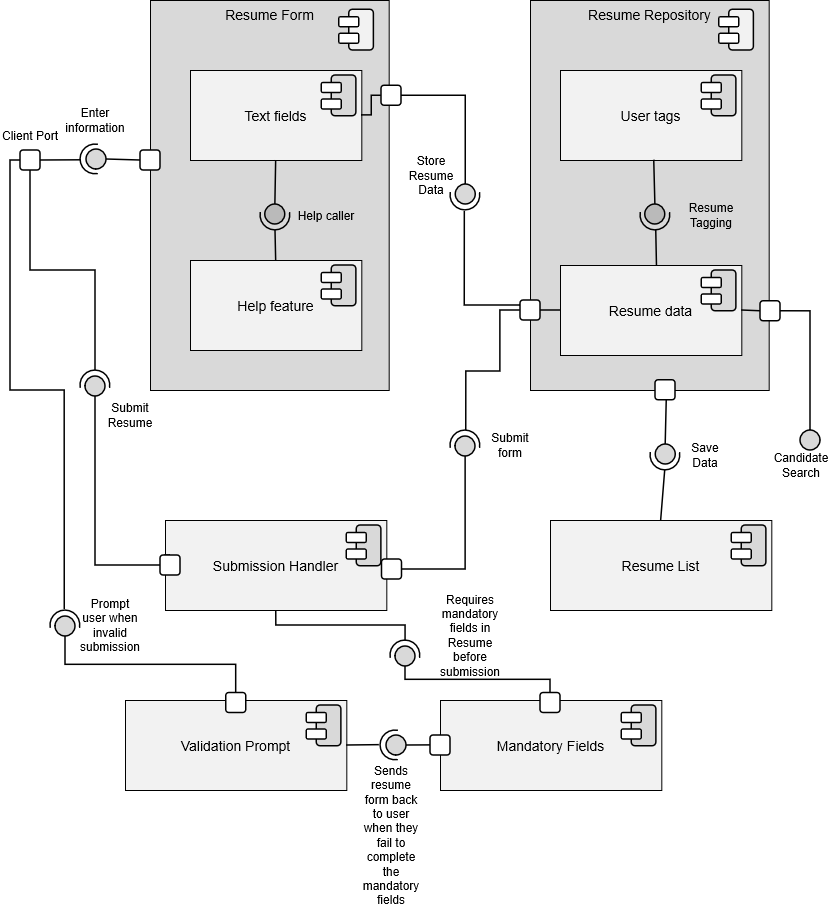
Earlier version of the draw.io export 04_QA_Review/Pending_Review/MT_M1_Team7_ResumeServiceDiagram_v04.png (JmmonJeremy/CareerBound-SDD). Source tidied: cells renumbered, new cells last; positions are measured from the earlier drawing's top-left corner, leaving out a move shared by most shapes.
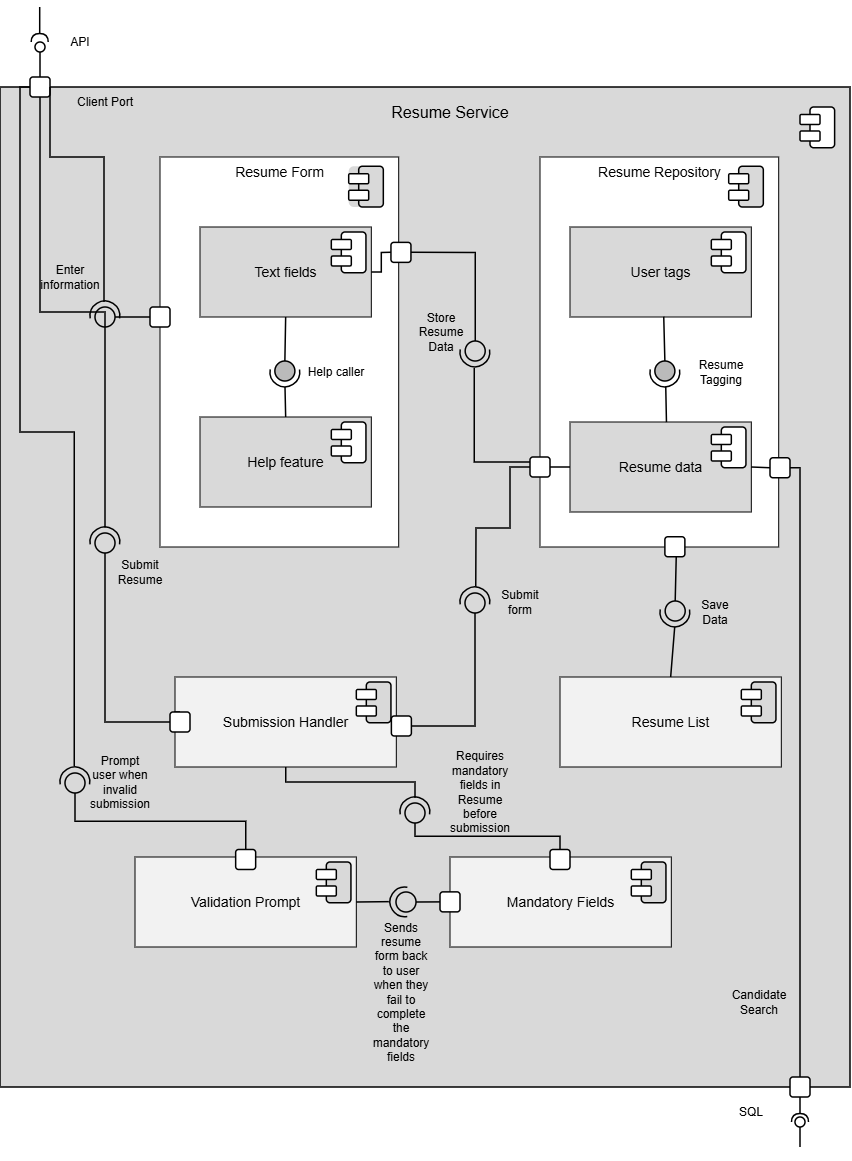
The same diagram one commit later.

Commit message:
profile and resumer service

Diff of the diagram source:
```diff
@@ -2,13 +2,16 @@
   <root>
     <mxCell id="0" />
     <mxCell id="1" parent="0" />
+    <mxCell id="136" style="rounded=0;whiteSpace=wrap;html=1;strokeWidth=1.5;fillStyle=solid;fillColor=#D9D9D9;" parent="1" vertex="1">
+      <mxGeometry x="-10" y="-70" width="850" height="1000" as="geometry" />
+    </mxCell>
-    <mxCell id="2" value="Resume Form" style="rounded=0;whiteSpace=wrap;html=1;verticalAlign=top;labelBackgroundColor=none;fillColor=#D9D9D9;fontFamily=Arial;fontSize=14;" parent="1" vertex="1">
+    <mxCell id="2" value="Resume Form" style="rounded=0;whiteSpace=wrap;html=1;verticalAlign=top;labelBackgroundColor=none;fillColor=light-dark(#FFFFFF,#FFFFFF);fontFamily=Arial;fontSize=14;" parent="1" vertex="1">
       <mxGeometry x="150" width="238.7" height="390" as="geometry" />
     </mxCell>
-    <mxCell id="3" style="group;rounded=1;" parent="1" vertex="1">
+    <mxCell id="3" style="group;rounded=1;fillColor=#D9D9D9;" parent="1" vertex="1">
       <mxGeometry x="338.7" y="9.2" width="34.6" height="40.8" as="geometry" />
     </mxCell>
-    <mxCell id="4" style="rounded=1;whiteSpace=wrap;html=1;rotation=-90;strokeWidth=1.5;fillStyle=solid;fillColor=light-dark(#F2F2F2,#FFFFFF);" parent="3" vertex="1">
+    <mxCell id="4" style="rounded=1;whiteSpace=wrap;html=1;rotation=-90;strokeWidth=1.5;fillStyle=solid;fillColor=light-dark(#D9D9D9,#FFFFFF);" parent="3" vertex="1">
       <mxGeometry x="1.9" y="8.1" width="40.8" height="24.6" as="geometry" />
     </mxCell>
     <mxCell id="5" style="rounded=1;whiteSpace=wrap;html=1;strokeWidth=1.5;fillStyle=solid;fillColor=#FFFFFF;" parent="3" vertex="1">
@@ -17,13 +20,13 @@
     <mxCell id="6" style="rounded=1;whiteSpace=wrap;html=1;strokeWidth=1.5;fillStyle=solid;fillColor=#FFFFFF;" parent="3" vertex="1">
       <mxGeometry y="24" width="20" height="10" as="geometry" />
     </mxCell>
-    <mxCell id="7" value="Resume Repository" style="rounded=0;whiteSpace=wrap;html=1;verticalAlign=top;labelBackgroundColor=none;fillColor=#D9D9D9;fontFamily=Arial;fontSize=14;" parent="1" vertex="1">
+    <mxCell id="7" value="Resume Repository" style="rounded=0;whiteSpace=wrap;html=1;verticalAlign=top;labelBackgroundColor=none;fillColor=light-dark(#FFFFFF,#FFFFFF);fontFamily=Arial;fontSize=14;" parent="1" vertex="1">
       <mxGeometry x="530" width="238.7" height="390" as="geometry" />
     </mxCell>
     <mxCell id="8" style="group;rounded=1;" parent="1" vertex="1">
       <mxGeometry x="718.7" y="9.2" width="34.6" height="40.8" as="geometry" />
     </mxCell>
-    <mxCell id="9" style="rounded=1;whiteSpace=wrap;html=1;rotation=-90;strokeWidth=1.5;fillStyle=solid;fillColor=light-dark(#F2F2F2,#FFFFFF);" parent="8" vertex="1">
+    <mxCell id="9" style="rounded=1;whiteSpace=wrap;html=1;rotation=-90;strokeWidth=1.5;fillStyle=solid;fillColor=light-dark(#D9D9D9,#FFFFFF);" parent="8" vertex="1">
       <mxGeometry x="1.9" y="8.1" width="40.8" height="24.6" as="geometry" />
     </mxCell>
     <mxCell id="10" style="rounded=1;whiteSpace=wrap;html=1;strokeWidth=1.5;fillStyle=solid;fillColor=#FFFFFF;" parent="8" vertex="1">
@@ -32,13 +35,13 @@
     <mxCell id="11" style="rounded=1;whiteSpace=wrap;html=1;strokeWidth=1.5;fillStyle=solid;fillColor=#FFFFFF;" parent="8" vertex="1">
       <mxGeometry y="24" width="20" height="10" as="geometry" />
     </mxCell>
-    <mxCell id="12" value="Text fields" style="rounded=0;whiteSpace=wrap;html=1;verticalAlign=middle;labelBackgroundColor=none;fillColor=#F2F2F2;fontFamily=Arial;fontSize=14;align=center;spacingLeft=0;" parent="1" vertex="1">
+    <mxCell id="12" value="Text fields" style="rounded=0;whiteSpace=wrap;html=1;verticalAlign=middle;labelBackgroundColor=none;fillColor=#D9D9D9;fontFamily=Arial;fontSize=14;align=center;spacingLeft=0;" parent="1" vertex="1">
       <mxGeometry x="190" y="70" width="171.3" height="90" as="geometry" />
     </mxCell>
     <mxCell id="13" style="group;rounded=1;" parent="1" vertex="1">
       <mxGeometry x="321.3" y="75" width="34.6" height="40.8" as="geometry" />
     </mxCell>
-    <mxCell id="14" style="rounded=1;whiteSpace=wrap;html=1;rotation=-90;strokeWidth=1.5;fillStyle=solid;fillColor=light-dark(#D9D9D9,#FFFFFF);" parent="13" vertex="1">
+    <mxCell id="14" style="rounded=1;whiteSpace=wrap;html=1;rotation=-90;strokeWidth=1.5;fillStyle=solid;fillColor=light-dark(#FFFFFF,#FFFFFF);" parent="13" vertex="1">
       <mxGeometry x="1.9" y="8.1" width="40.8" height="24.6" as="geometry" />
     </mxCell>
     <mxCell id="15" style="rounded=1;whiteSpace=wrap;html=1;strokeWidth=1.5;fillStyle=solid;fillColor=#FFFFFF;" parent="13" vertex="1">
@@ -47,13 +50,13 @@
     <mxCell id="16" style="rounded=1;whiteSpace=wrap;html=1;strokeWidth=1.5;fillStyle=solid;fillColor=#FFFFFF;" parent="13" vertex="1">
       <mxGeometry y="24" width="20" height="10" as="geometry" />
     </mxCell>
-    <mxCell id="17" value="Help feature" style="rounded=0;whiteSpace=wrap;html=1;verticalAlign=middle;labelBackgroundColor=none;fillColor=#F2F2F2;fontFamily=Arial;fontSize=14;align=center;spacingLeft=0;" parent="1" vertex="1">
+    <mxCell id="17" value="Help feature" style="rounded=0;whiteSpace=wrap;html=1;verticalAlign=middle;labelBackgroundColor=none;fillColor=#D9D9D9;fontFamily=Arial;fontSize=14;align=center;spacingLeft=0;" parent="1" vertex="1">
       <mxGeometry x="190" y="260" width="171.3" height="90" as="geometry" />
     </mxCell>
     <mxCell id="18" style="group;rounded=1;" parent="1" vertex="1">
       <mxGeometry x="321.3" y="265" width="34.6" height="40.8" as="geometry" />
     </mxCell>
-    <mxCell id="19" style="rounded=1;whiteSpace=wrap;html=1;rotation=-90;strokeWidth=1.5;fillStyle=solid;fillColor=light-dark(#D9D9D9,#FFFFFF);" parent="18" vertex="1">
+    <mxCell id="19" style="rounded=1;whiteSpace=wrap;html=1;rotation=-90;strokeWidth=1.5;fillStyle=solid;fillColor=light-dark(#FFFFFF,#FFFFFF);" parent="18" vertex="1">
       <mxGeometry x="1.9" y="8.1" width="40.8" height="24.6" as="geometry" />
     </mxCell>
     <mxCell id="20" style="rounded=1;whiteSpace=wrap;html=1;strokeWidth=1.5;fillStyle=solid;fillColor=#FFFFFF;" parent="18" vertex="1">
@@ -62,13 +65,13 @@
     <mxCell id="21" style="rounded=1;whiteSpace=wrap;html=1;strokeWidth=1.5;fillStyle=solid;fillColor=#FFFFFF;" parent="18" vertex="1">
       <mxGeometry y="24" width="20" height="10" as="geometry" />
     </mxCell>
-    <mxCell id="22" value="User tags" style="rounded=0;whiteSpace=wrap;html=1;verticalAlign=middle;labelBackgroundColor=none;fillColor=#F2F2F2;fontFamily=Arial;fontSize=14;align=center;spacingLeft=0;" parent="1" vertex="1">
+    <mxCell id="22" value="User tags" style="rounded=0;whiteSpace=wrap;html=1;verticalAlign=middle;labelBackgroundColor=none;fillColor=#D9D9D9;fontFamily=Arial;fontSize=14;align=center;spacingLeft=0;" parent="1" vertex="1">
       <mxGeometry x="560" y="70" width="181.3" height="90" as="geometry" />
     </mxCell>
     <mxCell id="23" style="group;rounded=1;" parent="1" vertex="1">
       <mxGeometry x="701.3" y="75" width="34.6" height="40.8" as="geometry" />
     </mxCell>
-    <mxCell id="24" style="rounded=1;whiteSpace=wrap;html=1;rotation=-90;strokeWidth=1.5;fillStyle=solid;fillColor=light-dark(#D9D9D9,#FFFFFF);" parent="23" vertex="1">
+    <mxCell id="24" style="rounded=1;whiteSpace=wrap;html=1;rotation=-90;strokeWidth=1.5;fillStyle=solid;fillColor=light-dark(#FFFFFF,#FFFFFF);" parent="23" vertex="1">
       <mxGeometry x="1.9" y="8.1" width="40.8" height="24.6" as="geometry" />
     </mxCell>
     <mxCell id="25" style="rounded=1;whiteSpace=wrap;html=1;strokeWidth=1.5;fillStyle=solid;fillColor=#FFFFFF;" parent="23" vertex="1">
@@ -77,13 +80,13 @@
     <mxCell id="26" style="rounded=1;whiteSpace=wrap;html=1;strokeWidth=1.5;fillStyle=solid;fillColor=#FFFFFF;" parent="23" vertex="1">
       <mxGeometry y="24" width="20" height="10" as="geometry" />
     </mxCell>
-    <mxCell id="27" value="Resume data" style="rounded=0;whiteSpace=wrap;html=1;verticalAlign=middle;labelBackgroundColor=none;fillColor=#F2F2F2;fontFamily=Arial;fontSize=14;align=center;spacingLeft=0;" parent="1" vertex="1">
+    <mxCell id="27" value="Resume data" style="rounded=0;whiteSpace=wrap;html=1;verticalAlign=middle;labelBackgroundColor=none;fillColor=#D9D9D9;fontFamily=Arial;fontSize=14;align=center;spacingLeft=0;" parent="1" vertex="1">
       <mxGeometry x="560" y="265" width="181.3" height="90" as="geometry" />
     </mxCell>
     <mxCell id="28" style="group;rounded=1;" parent="1" vertex="1">
       <mxGeometry x="701.3" y="270" width="34.6" height="40.8" as="geometry" />
     </mxCell>
-    <mxCell id="29" style="rounded=1;whiteSpace=wrap;html=1;rotation=-90;strokeWidth=1.5;fillStyle=solid;fillColor=light-dark(#D9D9D9,#FFFFFF);" parent="28" vertex="1">
+    <mxCell id="29" style="rounded=1;whiteSpace=wrap;html=1;rotation=-90;strokeWidth=1.5;fillStyle=solid;fillColor=light-dark(#FFFFFF,#FFFFFF);" parent="28" vertex="1">
       <mxGeometry x="1.9" y="8.1" width="40.8" height="24.6" as="geometry" />
     </mxCell>
     <mxCell id="30" style="rounded=1;whiteSpace=wrap;html=1;strokeWidth=1.5;fillStyle=solid;fillColor=#FFFFFF;" parent="28" vertex="1">
@@ -153,25 +156,30 @@
       <mxGeometry y="24" width="20" height="10" as="geometry" />
     </mxCell>
     <mxCell id="52" style="whiteSpace=wrap;html=1;strokeWidth=1.5;fillColor=#FFFFFF;rounded=1;" parent="1" vertex="1">
-      <mxGeometry x="20" y="150" width="20" height="20" as="geometry" />
+      <mxGeometry x="20" y="-80" width="20" height="20" as="geometry" />
     </mxCell>
     <mxCell id="53" style="whiteSpace=wrap;html=1;strokeWidth=1.5;fillColor=#FFFFFF;rounded=1;" parent="1" vertex="1">
       <mxGeometry x="140" y="150" width="20" height="20" as="geometry" />
     </mxCell>
-    <mxCell id="54" style="group;rotation=90;" parent="1" vertex="1">
+    <mxCell id="54" style="group;rotation=-180;" parent="1" vertex="1">
       <mxGeometry x="80" y="144" width="29.8" height="29.8" as="geometry" />
     </mxCell>
-    <mxCell id="55" style="ellipse;whiteSpace=wrap;html=1;strokeWidth=1.5;fillStyle=solid;fillColor=#D9D9D9;rounded=1;rotation=90;" parent="54" vertex="1">
-      <mxGeometry x="6" y="5" width="20" height="20" as="geometry" />
+    <mxCell id="55" style="ellipse;whiteSpace=wrap;html=1;strokeWidth=1.5;fillStyle=solid;fillColor=#D9D9D9;rounded=1;rotation=-180;" parent="54" vertex="1">
+      <mxGeometry x="5" y="6" width="20" height="20" as="geometry" />
     </mxCell>
-    <mxCell id="56" style="verticalLabelPosition=bottom;verticalAlign=top;html=1;shape=mxgraph.basic.arc;startAngle=0.22449849456214957;endAngle=0.7768001258780505;rounded=1;strokeWidth=1.5;snapToPoint=1;rotation=90;" parent="54" vertex="1">
+    <mxCell id="56" style="verticalLabelPosition=bottom;verticalAlign=top;html=1;shape=mxgraph.basic.arc;startAngle=0.22449849456214957;endAngle=0.7768001258780505;rounded=1;strokeWidth=1.5;snapToPoint=1;rotation=-180;" parent="54" vertex="1">
       <mxGeometry width="29.8" height="29.8" as="geometry" />
     </mxCell>
-    <mxCell id="57" style="endArrow=none;html=1;rounded=0;fontSize=1.5;strokeWidth=1.5;entryX=0;entryY=0.5;entryDx=0;entryDy=0;exitX=0.5;exitY=0;exitDx=0;exitDy=0;" parent="1" edge="1" source="55" target="53">
+    <mxCell id="57" style="endArrow=none;html=1;rounded=0;fontSize=1.5;strokeWidth=1.5;entryX=0;entryY=0.5;entryDx=0;entryDy=0;exitX=0;exitY=0.5;exitDx=0;exitDy=0;" parent="1" edge="1" source="55" target="53">
       <mxGeometry relative="1" as="geometry" />
     </mxCell>
-    <mxCell id="58" style="endArrow=none;html=1;rounded=0;fontSize=1.5;strokeWidth=1.5;entryX=0.531;entryY=0.973;entryDx=0;entryDy=0;entryPerimeter=0;exitX=1;exitY=0.5;exitDx=0;exitDy=0;" parent="1" edge="1" source="52" target="56">
-      <mxGeometry relative="1" as="geometry" />
+    <mxCell id="58" style="endArrow=none;html=1;rounded=0;fontSize=1.5;strokeWidth=1.5;entryX=0.531;entryY=0.973;entryDx=0;entryDy=0;entryPerimeter=0;exitX=1;exitY=0.5;exitDx=0;exitDy=0;edgeStyle=orthogonalEdgeStyle;" parent="1" edge="1" source="52" target="56">
+      <mxGeometry relative="1" as="geometry">
+        <Array as="points">
+          <mxPoint x="40" />
+          <mxPoint x="94" />
+        </Array>
+      </mxGeometry>
     </mxCell>
     <mxCell id="59" style="group;" parent="1" vertex="1">
       <mxGeometry x="260" y="200" width="29.8" height="29.8" as="geometry" />
@@ -380,14 +388,11 @@
     <mxCell id="124" style="endArrow=none;html=1;rounded=0;fontSize=1.5;strokeWidth=1.5;exitX=0;exitY=0.5;exitDx=0;exitDy=0;entryX=1;entryY=0.5;entryDx=0;entryDy=0;" parent="1" edge="1" source="123" target="27">
       <mxGeometry relative="1" as="geometry" />
     </mxCell>
-    <mxCell id="125" style="ellipse;whiteSpace=wrap;html=1;strokeWidth=1.5;fillColor=#D9D9D9;" parent="1" vertex="1">
-      <mxGeometry x="800" y="430" width="20" height="20" as="geometry" />
-    </mxCell>
-    <mxCell id="126" style="endArrow=none;html=1;rounded=0;fontSize=1.5;strokeWidth=1.5;entryX=1;entryY=0.5;entryDx=0;entryDy=0;exitX=0.5;exitY=0;exitDx=0;exitDy=0;edgeStyle=orthogonalEdgeStyle;" parent="1" edge="1" source="125" target="123">
+    <mxCell id="126" style="endArrow=none;html=1;rounded=0;fontSize=1.5;strokeWidth=1.5;entryX=1;entryY=0.5;entryDx=0;entryDy=0;exitX=0.5;exitY=0;exitDx=0;exitDy=0;edgeStyle=orthogonalEdgeStyle;" parent="1" edge="1" source="146" target="123">
       <mxGeometry relative="1" as="geometry" />
     </mxCell>
     <mxCell id="127" value="&lt;div&gt;Candidate&lt;/div&gt;&lt;div&gt;Search&lt;/div&gt;" style="text;html=1;whiteSpace=wrap;strokeColor=none;fillColor=none;align=center;verticalAlign=middle;rounded=0;fontFamily=Arial;" parent="1" vertex="1">
-      <mxGeometry x="771.3" y="450" width="60" height="30" as="geometry" />
+      <mxGeometry x="718.7" y="830" width="60" height="30" as="geometry" />
     </mxCell>
     <mxCell id="128" value="&lt;div&gt;Save&lt;/div&gt;&lt;div&gt;Data&lt;/div&gt;" style="text;html=1;whiteSpace=wrap;strokeColor=none;fillColor=none;align=center;verticalAlign=middle;rounded=0;fontFamily=Arial;" parent="1" vertex="1">
       <mxGeometry x="674.9" y="439.8" width="60" height="30" as="geometry" />
@@ -405,13 +410,62 @@
       <mxGeometry x="100" y="400" width="60" height="30" as="geometry" />
     </mxCell>
     <mxCell id="133" value="Enter information" style="text;html=1;whiteSpace=wrap;strokeColor=none;fillColor=none;align=center;verticalAlign=middle;rounded=0;fontFamily=Arial;" parent="1" vertex="1">
-      <mxGeometry x="65" y="105.4" width="60" height="30" as="geometry" />
+      <mxGeometry x="30" y="105.4" width="60" height="30" as="geometry" />
     </mxCell>
     <mxCell id="134" value="Client Port" style="text;html=1;whiteSpace=wrap;strokeColor=none;fillColor=none;align=center;verticalAlign=middle;rounded=0;fontFamily=Arial;" parent="1" vertex="1">
-      <mxGeometry y="120" width="60" height="30" as="geometry" />
+      <mxGeometry x="64.9" y="-70" width="60" height="30" as="geometry" />
     </mxCell>
     <mxCell id="135" value="Submit form" style="text;html=1;whiteSpace=wrap;strokeColor=none;fillColor=none;align=center;verticalAlign=middle;rounded=0;fontFamily=Arial;" parent="1" vertex="1">
       <mxGeometry x="479.8" y="430" width="60" height="30" as="geometry" />
     </mxCell>
+    <mxCell id="137" value="Resume Service" style="text;html=1;whiteSpace=wrap;strokeColor=none;fillColor=none;align=center;verticalAlign=middle;rounded=0;fontSize=16;" parent="1" vertex="1">
+      <mxGeometry x="355" y="-60" width="170" height="30" as="geometry" />
+    </mxCell>
+    <mxCell id="138" style="group;rounded=1;" parent="1" vertex="1">
+      <mxGeometry x="790" y="-50" width="34.6" height="40.8" as="geometry" />
+    </mxCell>
+    <mxCell id="139" style="rounded=1;whiteSpace=wrap;html=1;rotation=-90;strokeWidth=1.5;fillStyle=solid;fillColor=light-dark(#FFFFFF,#FFFFFF);" parent="138" vertex="1">
+      <mxGeometry x="1.9" y="8.1" width="40.8" height="24.6" as="geometry" />
+    </mxCell>
+    <mxCell id="140" style="rounded=1;whiteSpace=wrap;html=1;strokeWidth=1.5;fillStyle=solid;fillColor=#FFFFFF;" parent="138" vertex="1">
+      <mxGeometry y="7.5" width="20" height="10" as="geometry" />
+    </mxCell>
+    <mxCell id="141" style="rounded=1;whiteSpace=wrap;html=1;strokeWidth=1.5;fillStyle=solid;fillColor=#FFFFFF;" parent="138" vertex="1">
+      <mxGeometry y="24" width="20" height="10" as="geometry" />
+    </mxCell>
+    <mxCell id="142" style="rounded=0;orthogonalLoop=1;jettySize=auto;html=1;endArrow=halfCircle;endFill=0;endSize=6;strokeWidth=1.5;sketch=0;" parent="1" edge="1">
+      <mxGeometry relative="1" as="geometry">
+        <mxPoint x="29.7" y="-150" as="sourcePoint" />
+        <mxPoint x="29.7" y="-115" as="targetPoint" />
+      </mxGeometry>
+    </mxCell>
+    <mxCell id="143" style="rounded=0;jettySize=auto;html=1;endArrow=oval;endFill=0;sketch=0;sourcePerimeterSpacing=0;targetPerimeterSpacing=0;endSize=10;exitX=0.5;exitY=0;exitDx=0;exitDy=0;strokeWidth=1.5;" parent="1" edge="1" source="52">
+      <mxGeometry relative="1" as="geometry">
+        <mxPoint x="30" y="-110" as="targetPoint" />
+      </mxGeometry>
+    </mxCell>
+    <mxCell id="144" style="ellipse;whiteSpace=wrap;html=1;align=center;fillColor=none;strokeColor=none;perimeter=centerPerimeter;" parent="1" vertex="1">
+      <mxGeometry x="100" y="-110" width="10" height="10" as="geometry" />
+    </mxCell>
+    <mxCell id="145" value="API" style="text;html=1;whiteSpace=wrap;strokeColor=none;fillColor=none;align=center;verticalAlign=middle;rounded=0;" parent="1" vertex="1">
+      <mxGeometry x="40" y="-130" width="60" height="30" as="geometry" />
+    </mxCell>
+    <mxCell id="146" style="whiteSpace=wrap;html=1;strokeWidth=1.5;fillColor=#FFFFFF;rounded=1;" parent="1" vertex="1">
+      <mxGeometry x="780" y="920" width="20" height="20" as="geometry" />
+    </mxCell>
+    <mxCell id="147" style="rounded=0;jettySize=auto;html=1;endArrow=halfCircle;endFill=0;endSize=6;strokeWidth=1.5;sketch=0;exitX=0.5;exitY=1;exitDx=0;exitDy=0;" parent="1" edge="1" source="146" target="149">
+      <mxGeometry relative="1" as="geometry" />
+    </mxCell>
+    <mxCell id="148" style="rounded=0;jettySize=auto;html=1;endArrow=oval;endFill=0;sketch=0;sourcePerimeterSpacing=0;targetPerimeterSpacing=0;endSize=10;strokeWidth=1.5;" parent="1" edge="1" target="149">
+      <mxGeometry relative="1" as="geometry">
+        <mxPoint x="790" y="990" as="sourcePoint" />
+      </mxGeometry>
+    </mxCell>
+    <mxCell id="149" style="ellipse;whiteSpace=wrap;html=1;align=center;fillColor=none;strokeColor=none;perimeter=centerPerimeter;points=[];outlineConnect=1;" parent="1" vertex="1">
+      <mxGeometry x="785" y="960" width="10" height="10" as="geometry" />
+    </mxCell>
+    <mxCell id="150" value="SQL" style="text;html=1;whiteSpace=wrap;strokeColor=none;fillColor=none;align=center;verticalAlign=middle;rounded=0;" parent="1" vertex="1">
+      <mxGeometry x="711.3" y="940" width="60" height="30" as="geometry" />
+    </mxCell>
   </root>
 </mxGraphModel>
```
